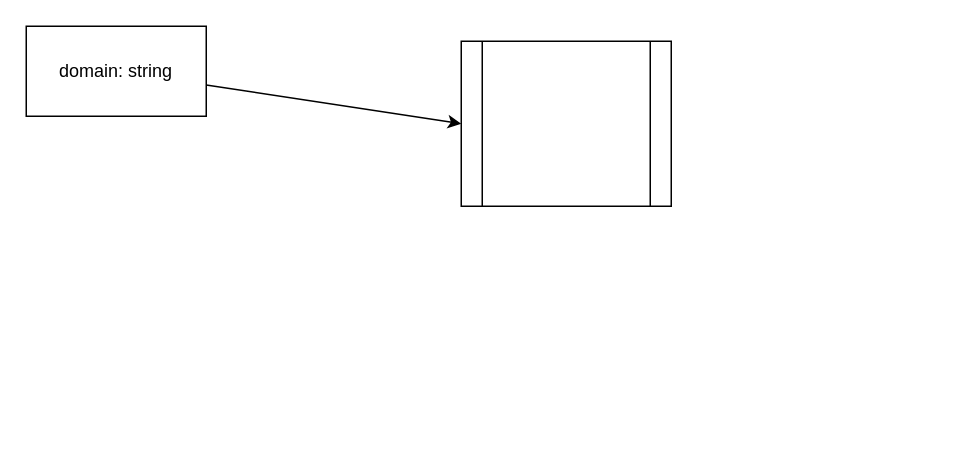
Earlier version of the draw.io diagram dns.dio (zhu13818202655/go-dns). Source tidied: cells renumbered, new cells numbered last; positions are measured from the earlier drawing's top-left corner, leaving out a move shared by most shapes. Both pictures are drawn from the tidied source at 150%, with x=0, y=0 at pixel (26, 26).
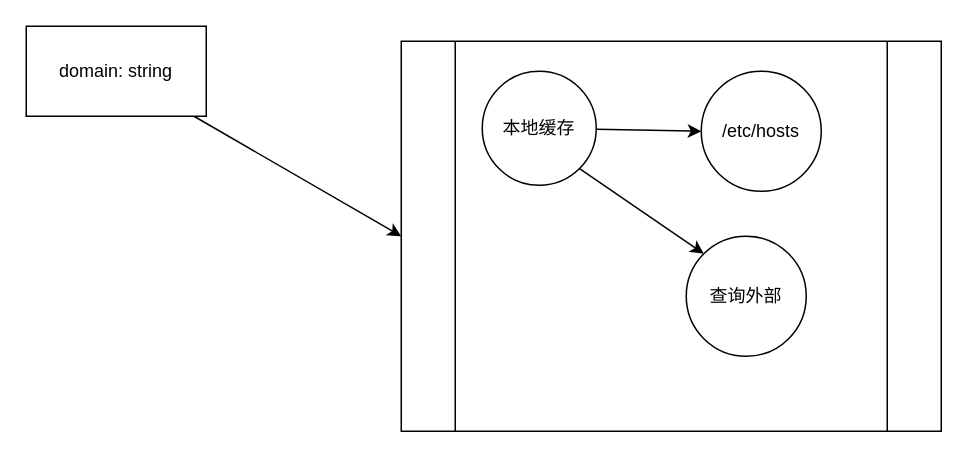
The same diagram, later.

The edit, as a diff of the source:
```diff
@@
 <mxGraphModel>
   <root>
     <mxCell id="0" />
     <mxCell id="1" parent="0" />
     <mxCell id="2" style="edgeStyle=none;html=1;entryX=0;entryY=0.5;entryDx=0;entryDy=0;" parent="1" edge="1" source="3" target="4">
       <mxGeometry relative="1" as="geometry" />
     </mxCell>
     <mxCell id="3" value="domain: string" style="rounded=0;whiteSpace=wrap;html=1;" parent="1" vertex="1">
       <mxGeometry width="120" height="60" as="geometry" />
     </mxCell>
+    <mxCell id="5" style="edgeStyle=none;html=1;exitX=1;exitY=1;exitDx=0;exitDy=0;" parent="1" edge="1" source="4">
+      <mxGeometry relative="1" as="geometry">
+        <mxPoint x="430" y="150" as="targetPoint" />
+      </mxGeometry>
+    </mxCell>
     <mxCell id="4" style="shape=process;whiteSpace=wrap;html=1;backgroundOutline=1;" parent="1" vertex="1">
-      <mxGeometry x="290" y="10" width="140" height="110" as="geometry" />
+      <mxGeometry x="250" y="10" width="360" height="260" as="geometry" />
     </mxCell>
+    <mxCell id="6" style="edgeStyle=none;html=1;entryX=0;entryY=0.5;entryDx=0;entryDy=0;" parent="1" edge="1" source="8" target="9">
+      <mxGeometry relative="1" as="geometry" />
+    </mxCell>
+    <mxCell id="7" style="edgeStyle=none;html=1;exitX=1;exitY=1;exitDx=0;exitDy=0;entryX=0;entryY=0;entryDx=0;entryDy=0;" parent="1" edge="1" source="8" target="10">
+      <mxGeometry relative="1" as="geometry" />
+    </mxCell>
+    <mxCell id="8" value="本地缓存" style="ellipse;whiteSpace=wrap;html=1;" parent="1" vertex="1">
+      <mxGeometry x="304" y="30" width="76" height="76" as="geometry" />
+    </mxCell>
+    <mxCell id="9" value="/etc/hosts" style="ellipse;whiteSpace=wrap;html=1;" parent="1" vertex="1">
+      <mxGeometry x="450" y="30" width="80" height="80" as="geometry" />
+    </mxCell>
+    <mxCell id="10" value="查询外部" style="ellipse;whiteSpace=wrap;html=1;" parent="1" vertex="1">
+      <mxGeometry x="440" y="140" width="80" height="80" as="geometry" />
+    </mxCell>
   </root>
 </mxGraphModel>
```
